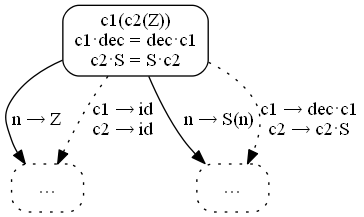
This is alchemy/4420-examples-minus.png from Mazdaywik/mazdaywik.github.io, a Graphviz export, as it was before one commit. Its source is kept beside it as alchemy/4420-examples-minus.dot.
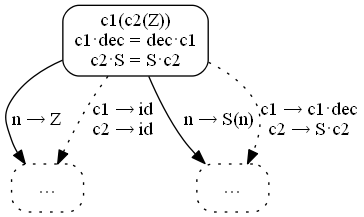
After the commit.

The edit, as a diff of the source:
```diff
@@ -9,5 +9,5 @@
 
   C2 [label="…", style="rounded,dotted"];
   G1 -> C2 [label="n → S(n)"];
-  G1 -> C2 [label="c1 → dec·c1\nc2 → c2·S", style=dotted];
+  G1 -> C2 [label="c1 → c1·dec\nc2 → S·c2", style=dotted];
 }
```
